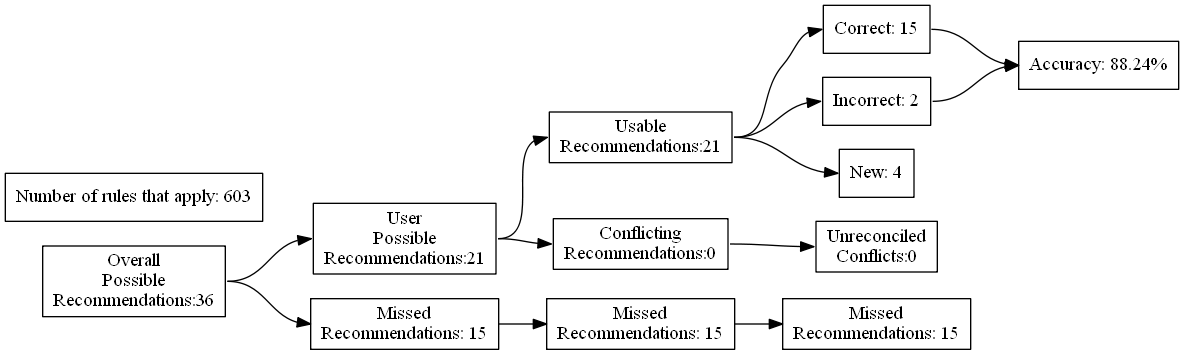
This is test_renders/16.gv.png from ZaxR/ibd_diet_analysis, a Graphviz export, as it was before one commit. Its source is kept beside it as test_renders/16.gv.
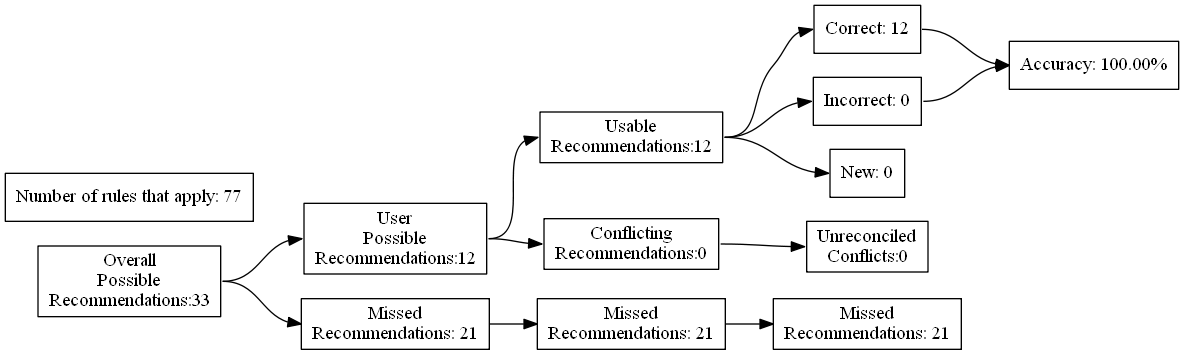
After the change.

The edit, as a diff of the source:
```diff
@@ -4,27 +4,27 @@
 	edge [headport=w tailport=e]
 		A [label="Overall
 Possible
-Recommendations:36"]
+Recommendations:33"]
 		B [label="User
 Possible
-Recommendations:21"]
+Recommendations:12"]
 		C [label="Missed
-Recommendations: 15"]
+Recommendations: 21"]
 		D [label="Usable
-Recommendations:21"]
+Recommendations:12"]
 		E [label="Conflicting
 Recommendations:0"]
 		J [label="Missed
-Recommendations: 15"]
+Recommendations: 21"]
 		M [label="Unreconciled
 Conflicts:0"]
-		F [label="Correct: 15"]
-		G [label="Incorrect: 2"]
-		H [label="New: 4"]
+		F [label="Correct: 12"]
+		G [label="Incorrect: 0"]
+		H [label="New: 0"]
 		K [label="Missed
-Recommendations: 15"]
-		I [label="Accuracy: 88.24%"]
-		l [label="Number of rules that apply: 603"]
+Recommendations: 21"]
+		I [label="Accuracy: 100.00%"]
+		l [label="Number of rules that apply: 77"]
 			A -> B
 			A -> C
 			B -> D
```
